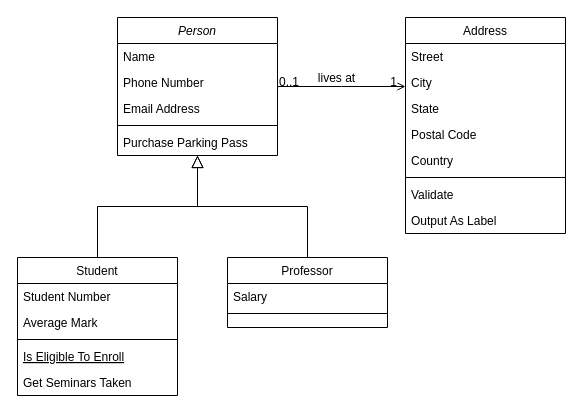
Before: OOP1.drawio in TimGook/Programming, a draw.io diagram. Source tidied: cells renumbered, new cells numbered last; positions are measured from the earlier drawing's top-left corner, leaving out a move shared by most shapes. Both pictures are drawn from the tidied source at 100%, with x=0, y=0 at pixel (17, 17).
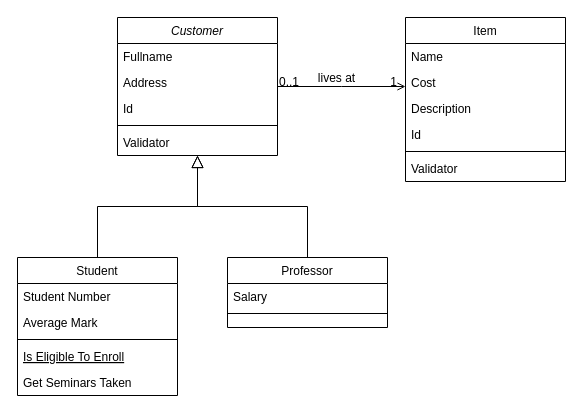
After the change.

What changed in the source:
```diff
@@
-    <mxCell id="2" value="Person" style="swimlane;fontStyle=2;align=center;verticalAlign=top;horizontal=1;startSize=26;rounded=0;shadow=0;strokeWidth=1;" parent="1" vertex="1">
+    <mxCell id="2" value="Customer" style="swimlane;fontStyle=2;align=center;verticalAlign=top;horizontal=1;startSize=26;rounded=0;shadow=0;strokeWidth=1;" parent="1" vertex="1">
       <mxGeometry x="100" width="160" height="138" as="geometry" />
     </mxCell>
-    <mxCell id="3" value="Name" style="text;align=left;verticalAlign=top;spacingLeft=4;spacingRight=4;overflow=hidden;" parent="2" vertex="1">
+    <mxCell id="3" value="Fullname" style="text;align=left;verticalAlign=top;spacingLeft=4;spacingRight=4;overflow=hidden;" parent="2" vertex="1">
       <mxGeometry y="26" width="160" height="26" as="geometry" />
     </mxCell>
-    <mxCell id="4" value="Phone Number" style="text;align=left;verticalAlign=top;spacingLeft=4;spacingRight=4;overflow=hidden;rounded=0;shadow=0;html=0;" parent="2" vertex="1">
+    <mxCell id="4" value="Address" style="text;align=left;verticalAlign=top;spacingLeft=4;spacingRight=4;overflow=hidden;rounded=0;shadow=0;html=0;" parent="2" vertex="1">
       <mxGeometry y="52" width="160" height="26" as="geometry" />
     </mxCell>
-    <mxCell id="5" value="Email Address" style="text;align=left;verticalAlign=top;spacingLeft=4;spacingRight=4;overflow=hidden;rounded=0;shadow=0;html=0;" parent="2" vertex="1">
+    <mxCell id="5" value="Id" style="text;align=left;verticalAlign=top;spacingLeft=4;spacingRight=4;overflow=hidden;rounded=0;shadow=0;html=0;" parent="2" vertex="1">
       <mxGeometry y="78" width="160" height="26" as="geometry" />
     </mxCell>
@@
-    <mxCell id="7" value="Purchase Parking Pass" style="text;align=left;verticalAlign=top;spacingLeft=4;spacingRight=4;overflow=hidden;" parent="2" vertex="1">
+    <mxCell id="7" value="Validator" style="text;align=left;verticalAlign=top;spacingLeft=4;spacingRight=4;overflow=hidden;" parent="2" vertex="1">
       <mxGeometry y="112" width="160" height="26" as="geometry" />
     </mxCell>
@@
-    <mxCell id="19" value="Address" style="swimlane;fontStyle=0;align=center;verticalAlign=top;horizontal=1;startSize=26;rounded=0;shadow=0;strokeWidth=1;" parent="1" vertex="1">
-      <mxGeometry x="388" width="160" height="216" as="geometry" />
+    <mxCell id="19" value="Item" style="swimlane;fontStyle=0;align=center;verticalAlign=top;horizontal=1;startSize=26;rounded=0;shadow=0;strokeWidth=1;" parent="1" vertex="1">
+      <mxGeometry x="388" width="160" height="164" as="geometry" />
     </mxCell>
-    <mxCell id="20" value="Street" style="text;align=left;verticalAlign=top;spacingLeft=4;spacingRight=4;overflow=hidden;" parent="19" vertex="1">
+    <mxCell id="20" value="Name" style="text;align=left;verticalAlign=top;spacingLeft=4;spacingRight=4;overflow=hidden;" parent="19" vertex="1">
       <mxGeometry y="26" width="160" height="26" as="geometry" />
     </mxCell>
-    <mxCell id="21" value="City" style="text;align=left;verticalAlign=top;spacingLeft=4;spacingRight=4;overflow=hidden;rounded=0;shadow=0;html=0;" parent="19" vertex="1">
+    <mxCell id="21" value="Cost" style="text;align=left;verticalAlign=top;spacingLeft=4;spacingRight=4;overflow=hidden;rounded=0;shadow=0;html=0;" parent="19" vertex="1">
       <mxGeometry y="52" width="160" height="26" as="geometry" />
     </mxCell>
-    <mxCell id="22" value="State" style="text;align=left;verticalAlign=top;spacingLeft=4;spacingRight=4;overflow=hidden;rounded=0;shadow=0;html=0;" parent="19" vertex="1">
+    <mxCell id="22" value="Description" style="text;align=left;verticalAlign=top;spacingLeft=4;spacingRight=4;overflow=hidden;rounded=0;shadow=0;html=0;" parent="19" vertex="1">
       <mxGeometry y="78" width="160" height="26" as="geometry" />
     </mxCell>
-    <mxCell id="23" value="Postal Code" style="text;align=left;verticalAlign=top;spacingLeft=4;spacingRight=4;overflow=hidden;rounded=0;shadow=0;html=0;" parent="19" vertex="1">
+    <mxCell id="23" value="Id" style="text;align=left;verticalAlign=top;spacingLeft=4;spacingRight=4;overflow=hidden;rounded=0;shadow=0;html=0;" parent="19" vertex="1">
       <mxGeometry y="104" width="160" height="26" as="geometry" />
     </mxCell>
-    <mxCell id="24" value="Country" style="text;align=left;verticalAlign=top;spacingLeft=4;spacingRight=4;overflow=hidden;rounded=0;shadow=0;html=0;" parent="19" vertex="1">
-      <mxGeometry y="130" width="160" height="26" as="geometry" />
-    </mxCell>
     <mxCell id="25" style="line;html=1;strokeWidth=1;align=left;verticalAlign=middle;spacingTop=-1;spacingLeft=3;spacingRight=3;labelPosition=right;" parent="19" vertex="1">
-      <mxGeometry y="156" width="160" height="8" as="geometry" />
+      <mxGeometry y="130" width="160" height="8" as="geometry" />
     </mxCell>
-    <mxCell id="26" value="Validate" style="text;align=left;verticalAlign=top;spacingLeft=4;spacingRight=4;overflow=hidden;" parent="19" vertex="1">
-      <mxGeometry y="164" width="160" height="26" as="geometry" />
+    <mxCell id="26" value="Validator" style="text;align=left;verticalAlign=top;spacingLeft=4;spacingRight=4;overflow=hidden;" parent="19" vertex="1">
+      <mxGeometry y="138" width="160" height="26" as="geometry" />
     </mxCell>
-    <mxCell id="27" value="Output As Label" style="text;align=left;verticalAlign=top;spacingLeft=4;spacingRight=4;overflow=hidden;" parent="19" vertex="1">
-      <mxGeometry y="190" width="160" height="26" as="geometry" />
-    </mxCell>
```
